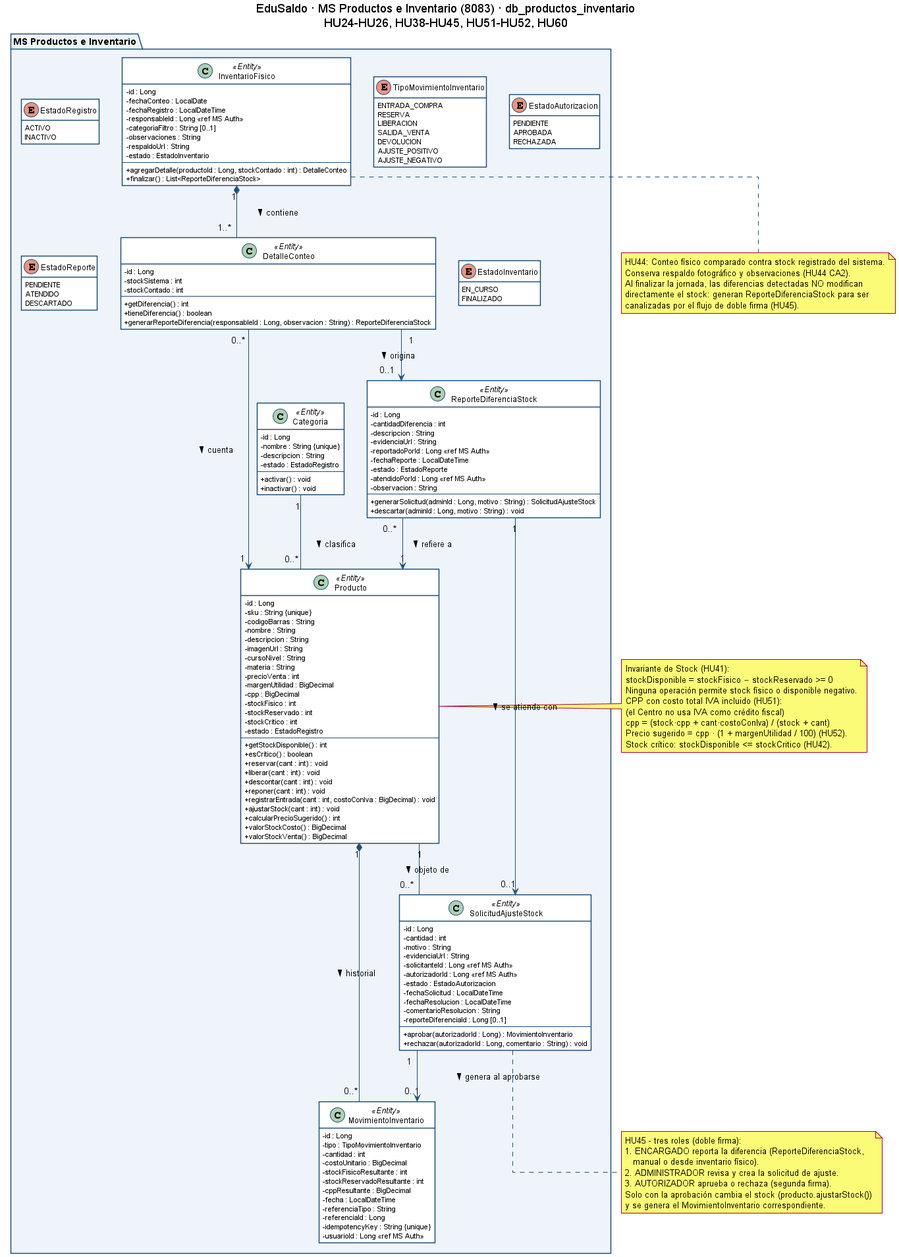
Earlier version of the PlantUML export docs/03_ms_productos_inventario.png (antoniojarasanchez/edusaldo-ms-productos-inventario). Its source is kept beside it as docs/03_ms_productos_inventario.puml. The source it was exported from:
```plantuml
@startuml 03_ms_productos_inventario
title EduSaldo · MS Productos e Inventario (8083) · db_productos_inventario\nHU24–HU26, HU38–HU45, HU51–HU52, HU60
skinparam classAttributeIconSize 0
skinparam shadowing false
skinparam linetype ortho
skinparam class {
  BackgroundColor #FFFFFF
  BorderColor #1F4E79
  ArrowColor #1F4E79
}
skinparam package {
  BorderColor #1F4E79
  BackgroundColor #EEF4FA
}
hide empty members

package "MS Productos e Inventario" {
  enum EstadoRegistro {
    ACTIVO
    INACTIVO
  }

  enum TipoMovimientoInventario {
    ENTRADA_COMPRA
    RESERVA
    LIBERACION
    SALIDA_VENTA
    DEVOLUCION
    AJUSTE_POSITIVO
    AJUSTE_NEGATIVO
  }

  enum EstadoAutorizacion {
    PENDIENTE
    APROBADA
    RECHAZADA
  }

  enum EstadoReporte {
    PENDIENTE
    ATENDIDO
    DESCARTADO
  }

  enum EstadoInventario {
    EN_CURSO
    FINALIZADO
  }

  class Categoria <<Entity>> {
    - id : Long
    - nombre : String {unique}
    - descripcion : String
    - estado : EstadoRegistro
    --
    + activar() : void
    + inactivar() : void
  }

  class Producto <<Entity>> {
    - id : Long
    - sku : String {unique}
    - codigoBarras : String
    - nombre : String
    - descripcion : String
    - imagenUrl : String
    - cursoNivel : String
    - materia : String
    - precioVenta : int
    - margenUtilidad : BigDecimal
    - cpp : Long
    - stockFisico : int
    - stockReservado : int
    - stockCritico : int
    - estado : EstadoRegistro
    --
    + getStockDisponible() : int
    + esCritico() : boolean
    + reservar(cant : int) : void
    + liberar(cant : int) : void
    + descontar(cant : int) : void
    + reponer(cant : int) : void
    + registrarEntrada(cant : int, costoConIva : Long) : void
    + ajustarStock(cant : int) : void
    + calcularPrecioSugerido() : int
    + valorStockCosto() : Long
    + valorStockVenta() : Long
  }

  class MovimientoInventario <<Entity>> {
    - id : Long
    - tipo : TipoMovimientoInventario
    - cantidad : int
    - costoUnitario : Long
    - stockFisicoResultante : int
    - stockReservadoResultante : int
    - cppResultante : Long
    - fecha : LocalDateTime
    - referenciaTipo : String
    - referenciaId : Long
    - idempotencyKey : String {unique}
    - usuarioId : Long <<ref MS Auth>>
  }

  class SolicitudAjusteStock <<Entity>> {
    - id : Long
    - cantidad : int
    - motivo : String
    - evidenciaUrl : String
    - solicitanteId : Long <<ref MS Auth>>
    - autorizadorId : Long [0..1] <<ref MS Auth>>
    - estado : EstadoAutorizacion
    - fechaSolicitud : LocalDateTime
    - fechaResolucion : LocalDateTime [0..1]
    - comentarioResolucion : String [0..1]
    - reporteDiferenciaId : Long [0..1]
    --
    + aprobar(autorizadorId : Long) : MovimientoInventario
    + rechazar(autorizadorId : Long, comentario : String) : void
  }

  class ReporteDiferenciaStock <<Entity>> {
    - id : Long
    - cantidadDiferencia : int
    - descripcion : String
    - evidenciaUrl : String
    - reportadoPorId : Long <<ref MS Auth>>
    - fechaReporte : LocalDateTime
    - estado : EstadoReporte
    - atendidoPorId : Long [0..1] <<ref MS Auth>>
    - observacion : String [0..1]
    --
    + generarSolicitud(adminId : Long, motivo : String) : SolicitudAjusteStock
    + descartar(adminId : Long, motivo : String) : void
  }

  class InventarioFisico <<Entity>> {
    - id : Long
    - fechaConteo : LocalDate
    - fechaRegistro : LocalDateTime
    - responsableId : Long <<ref MS Auth>>
    - categoriaFiltro : String [0..1]
    - observaciones : String
    - respaldoUrl : String
    - estado : EstadoInventario
    --
    + agregarDetalle(productoId : Long, stockContado : int) : DetalleConteo
    + finalizar() : List<ReporteDiferenciaStock>
  }

  class DetalleConteo <<Entity>> {
    - id : Long
    - stockSistema : int
    - stockContado : int
    --
    + getDiferencia() : int
    + tieneDiferencia() : boolean
    + generarReporteDiferencia(responsableId : Long, observacion : String) : ReporteDiferenciaStock
  }
}

Categoria "1" -- "0..*" Producto : clasifica >
Producto "1" *-- "0..*" MovimientoInventario : historial >
Producto "1" -- "0..*" SolicitudAjusteStock : objeto de >
SolicitudAjusteStock "1" --> "0..1" MovimientoInventario : genera al aprobarse >
InventarioFisico "1" *-- "1..*" DetalleConteo : contiene >
DetalleConteo "0..*" --> "1" Producto : cuenta >
DetalleConteo "1" --> "0..1" ReporteDiferenciaStock : origina >
ReporteDiferenciaStock "0..*" --> "1" Producto : refiere a >
ReporteDiferenciaStock "1" --> "0..1" SolicitudAjusteStock : se atiende con >

note right of Producto
  Invariante de Stock (HU41):
  stockDisponible = stockFisico − stockReservado >= 0
  Ninguna operación permite stock físico o disponible negativo.
  CPP con costo total IVA incluido (HU51):
  (el Centro no usa IVA como crédito fiscal)
  cpp = (stock·cpp + cant·costoConIva) / (stock + cant)
  Precio sugerido = cpp · (1 + margenUtilidad / 100) (HU52).
  Stock crítico: stockDisponible <= stockCritico (HU42).
  Recepción de compra (MS 05) invoca registrarEntrada().
end note

note bottom of SolicitudAjusteStock
  HU45 – tres roles (doble firma):
  1. ENCARGADO reporta la diferencia (ReporteDiferenciaStock,
     manual o desde inventario físico).
  2. ADMINISTRADOR revisa y crea la solicitud de ajuste.
  3. AUTORIZADOR aprueba o rechaza (segunda firma).
  Solo con la aprobación cambia el stock (producto.ajustarStock())
  y se genera el MovimientoInventario correspondiente.
end note

note bottom of InventarioFisico
  HU44: Conteo físico comparado contra stock registrado del sistema.
  Conserva respaldo fotográfico y observaciones (HU44 CA2).
  Al finalizar la jornada, las diferencias detectadas NO modifican
  directamente el stock: generan ReporteDiferenciaStock para ser
  canalizadas por el flujo de doble firma (HU45).
end note
@enduml
```
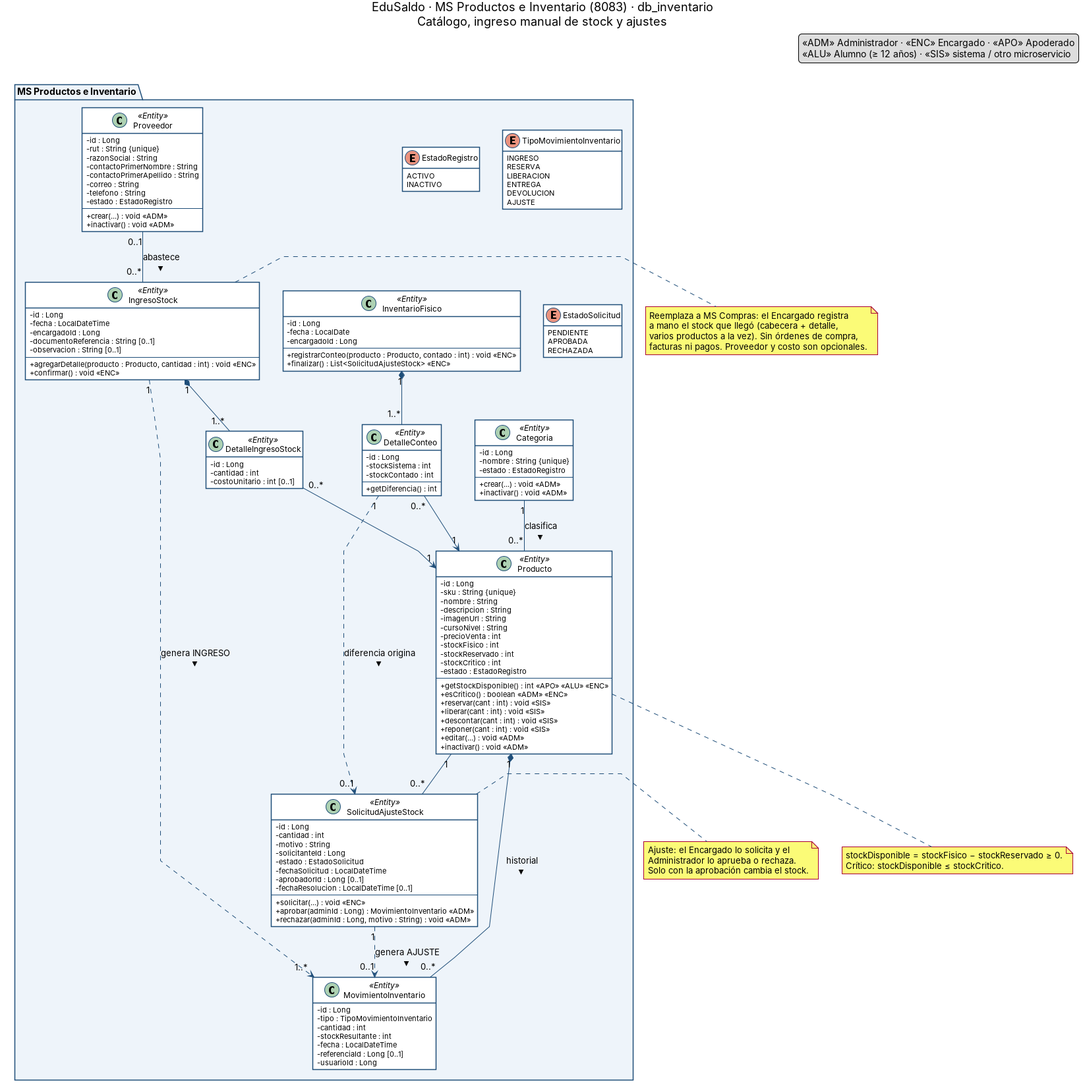
Later version of the same file.

The edit, as a diff of the source:
```diff
@@ -1,8 +1,7 @@
 @startuml 03_ms_productos_inventario
-title EduSaldo · MS Productos e Inventario (8083) · db_productos_inventario\nHU24–HU26, HU38–HU45, HU51–HU52, HU60
 skinparam classAttributeIconSize 0
 skinparam shadowing false
-skinparam linetype ortho
+skinparam linetype polyline
 skinparam class {
   BackgroundColor #FFFFFF
   BorderColor #1F4E79
@@ -13,139 +12,130 @@
   BackgroundColor #EEF4FA
 }
 hide empty members
+title EduSaldo · MS Productos e Inventario (8083) · db_inventario\nCatálogo, ingreso manual de stock y ajustes
+
+legend top right
+  «ADM» Administrador · «ENC» Encargado · «APO» Apoderado
+  «ALU» Alumno (≥ 12 años) · «SIS» sistema / otro microservicio
+endlegend
 
 package "MS Productos e Inventario" {
+
   enum EstadoRegistro {
     ACTIVO
     INACTIVO
   }
 
   enum TipoMovimientoInventario {
-    ENTRADA_COMPRA
+    INGRESO
     RESERVA
     LIBERACION
-    SALIDA_VENTA
+    ENTREGA
     DEVOLUCION
-    AJUSTE_POSITIVO
-    AJUSTE_NEGATIVO
+    AJUSTE
   }
 
-  enum EstadoAutorizacion {
+  enum EstadoSolicitud {
     PENDIENTE
     APROBADA
     RECHAZADA
   }
 
-  enum EstadoReporte {
-    PENDIENTE
-    ATENDIDO
-    DESCARTADO
-  }
-
-  enum EstadoInventario {
-    EN_CURSO
-    FINALIZADO
-  }
-
   class Categoria <<Entity>> {
     - id : Long
     - nombre : String {unique}
-    - descripcion : String
     - estado : EstadoRegistro
     --
-    + activar() : void
-    + inactivar() : void
+    + crear(...) : void «ADM»
+    + inactivar() : void «ADM»
   }
 
   class Producto <<Entity>> {
     - id : Long
     - sku : String {unique}
-    - codigoBarras : String
     - nombre : String
     - descripcion : String
     - imagenUrl : String
     - cursoNivel : String
-    - materia : String
     - precioVenta : int
-    - margenUtilidad : BigDecimal
-    - cpp : Long
     - stockFisico : int
     - stockReservado : int
     - stockCritico : int
     - estado : EstadoRegistro
     --
-    + getStockDisponible() : int
-    + esCritico() : boolean
-    + reservar(cant : int) : void
-    + liberar(cant : int) : void
-    + descontar(cant : int) : void
-    + reponer(cant : int) : void
-    + registrarEntrada(cant : int, costoConIva : Long) : void
-    + ajustarStock(cant : int) : void
-    + calcularPrecioSugerido() : int
-    + valorStockCosto() : Long
-    + valorStockVenta() : Long
+    + getStockDisponible() : int «APO» «ALU» «ENC»
+    + esCritico() : boolean «ADM» «ENC»
+    + reservar(cant : int) : void «SIS»
+    + liberar(cant : int) : void «SIS»
+    + descontar(cant : int) : void «SIS»
+    + reponer(cant : int) : void «SIS»
+    + editar(...) : void «ADM»
+    + inactivar() : void «ADM»
+  }
+
+  class Proveedor <<Entity>> {
+    - id : Long
+    - rut : String {unique}
+    - razonSocial : String
+    - contactoPrimerNombre : String
+    - contactoPrimerApellido : String
+    - correo : String
+    - telefono : String
+    - estado : EstadoRegistro
+    --
+    + crear(...) : void «ADM»
+    + inactivar() : void «ADM»
+  }
+
+  class IngresoStock <<Entity>> {
+    - id : Long
+    - fecha : LocalDateTime
+    - encargadoId : Long
+    - documentoReferencia : String [0..1]
+    - observacion : String [0..1]
+    --
+    + agregarDetalle(producto : Producto, cantidad : int) : void «ENC»
+    + confirmar() : void «ENC»
+  }
+
+  class DetalleIngresoStock <<Entity>> {
+    - id : Long
+    - cantidad : int
+    - costoUnitario : int [0..1]
   }
 
   class MovimientoInventario <<Entity>> {
     - id : Long
     - tipo : TipoMovimientoInventario
     - cantidad : int
-    - costoUnitario : Long
-    - stockFisicoResultante : int
-    - stockReservadoResultante : int
-    - cppResultante : Long
+    - stockResultante : int
     - fecha : LocalDateTime
-    - referenciaTipo : String
-    - referenciaId : Long
-    - idempotencyKey : String {unique}
-    - usuarioId : Long <<ref MS Auth>>
+    - referenciaId : Long [0..1]
+    - usuarioId : Long
   }
 
   class SolicitudAjusteStock <<Entity>> {
     - id : Long
     - cantidad : int
     - motivo : String
-    - evidenciaUrl : String
-    - solicitanteId : Long <<ref MS Auth>>
-    - autorizadorId : Long [0..1] <<ref MS Auth>>
-    - estado : EstadoAutorizacion
+    - solicitanteId : Long
+    - estado : EstadoSolicitud
     - fechaSolicitud : LocalDateTime
+    - aprobadorId : Long [0..1]
     - fechaResolucion : LocalDateTime [0..1]
-    - comentarioResolucion : String [0..1]
-    - reporteDiferenciaId : Long [0..1]
     --
-    + aprobar(autorizadorId : Long) : MovimientoInventario
-    + rechazar(autorizadorId : Long, comentario : String) : void
-  }
-
-  class ReporteDiferenciaStock <<Entity>> {
-    - id : Long
-    - cantidadDiferencia : int
-    - descripcion : String
-    - evidenciaUrl : String
-    - reportadoPorId : Long <<ref MS Auth>>
-    - fechaReporte : LocalDateTime
-    - estado : EstadoReporte
-    - atendidoPorId : Long [0..1] <<ref MS Auth>>
-    - observacion : String [0..1]
-    --
-    + generarSolicitud(adminId : Long, motivo : String) : SolicitudAjusteStock
-    + descartar(adminId : Long, motivo : String) : void
+    + solicitar(...) : void «ENC»
+    + aprobar(adminId : Long) : MovimientoInventario «ADM»
+    + rechazar(adminId : Long, motivo : String) : void «ADM»
   }
 
   class InventarioFisico <<Entity>> {
     - id : Long
-    - fechaConteo : LocalDate
-    - fechaRegistro : LocalDateTime
-    - responsableId : Long <<ref MS Auth>>
-    - categoriaFiltro : String [0..1]
-    - observaciones : String
-    - respaldoUrl : String
-    - estado : EstadoInventario
+    - fecha : LocalDate
+    - encargadoId : Long
     --
-    + agregarDetalle(productoId : Long, stockContado : int) : DetalleConteo
-    + finalizar() : List<ReporteDiferenciaStock>
+    + registrarConteo(producto : Producto, contado : int) : void «ENC»
+    + finalizar() : List<SolicitudAjusteStock> «ENC»
   }
 
   class DetalleConteo <<Entity>> {
@@ -154,48 +144,36 @@
     - stockContado : int
     --
     + getDiferencia() : int
-    + tieneDiferencia() : boolean
-    + generarReporteDiferencia(responsableId : Long, observacion : String) : ReporteDiferenciaStock
   }
 }
 
 Categoria "1" -- "0..*" Producto : clasifica >
+Proveedor "0..1" -- "0..*" IngresoStock : abastece >
+IngresoStock "1" *-- "1..*" DetalleIngresoStock
+DetalleIngresoStock "0..*" --> "1" Producto
 Producto "1" *-- "0..*" MovimientoInventario : historial >
-Producto "1" -- "0..*" SolicitudAjusteStock : objeto de >
-SolicitudAjusteStock "1" --> "0..1" MovimientoInventario : genera al aprobarse >
-InventarioFisico "1" *-- "1..*" DetalleConteo : contiene >
-DetalleConteo "0..*" --> "1" Producto : cuenta >
-DetalleConteo "1" --> "0..1" ReporteDiferenciaStock : origina >
-ReporteDiferenciaStock "0..*" --> "1" Producto : refiere a >
-ReporteDiferenciaStock "1" --> "0..1" SolicitudAjusteStock : se atiende con >
+IngresoStock "1" ..> "1..*" MovimientoInventario : genera INGRESO >
+Producto "1" -- "0..*" SolicitudAjusteStock
+SolicitudAjusteStock "1" ..> "0..1" MovimientoInventario : genera AJUSTE >
+InventarioFisico "1" *-- "1..*" DetalleConteo
+DetalleConteo "0..*" --> "1" Producto
+DetalleConteo "1" ..> "0..1" SolicitudAjusteStock : diferencia origina >
 
-note right of Producto
-  Invariante de Stock (HU41):
-  stockDisponible = stockFisico − stockReservado >= 0
-  Ninguna operación permite stock físico o disponible negativo.
-  CPP con costo total IVA incluido (HU51):
-  (el Centro no usa IVA como crédito fiscal)
-  cpp = (stock·cpp + cant·costoConIva) / (stock + cant)
-  Precio sugerido = cpp · (1 + margenUtilidad / 100) (HU52).
-  Stock crítico: stockDisponible <= stockCritico (HU42).
-  Recepción de compra (MS 05) invoca registrarEntrada().
+note right of IngresoStock
+  Reemplaza a MS Compras: el Encargado registra
+  a mano el stock que llegó (cabecera + detalle,
+  varios productos a la vez). Sin órdenes de compra,
+  facturas ni pagos. Proveedor y costo son opcionales.
 end note
 
-note bottom of SolicitudAjusteStock
-  HU45 – tres roles (doble firma):
-  1. ENCARGADO reporta la diferencia (ReporteDiferenciaStock,
-     manual o desde inventario físico).
-  2. ADMINISTRADOR revisa y crea la solicitud de ajuste.
-  3. AUTORIZADOR aprueba o rechaza (segunda firma).
-  Solo con la aprobación cambia el stock (producto.ajustarStock())
-  y se genera el MovimientoInventario correspondiente.
+note right of SolicitudAjusteStock
+  Ajuste: el Encargado lo solicita y el
+  Administrador lo aprueba o rechaza.
+  Solo con la aprobación cambia el stock.
 end note
 
-note bottom of InventarioFisico
-  HU44: Conteo físico comparado contra stock registrado del sistema.
-  Conserva respaldo fotográfico y observaciones (HU44 CA2).
-  Al finalizar la jornada, las diferencias detectadas NO modifican
-  directamente el stock: generan ReporteDiferenciaStock para ser
-  canalizadas por el flujo de doble firma (HU45).
+note bottom of Producto
+  stockDisponible = stockFisico − stockReservado ≥ 0.
+  Crítico: stockDisponible ≤ stockCritico.
 end note
 @enduml
```
